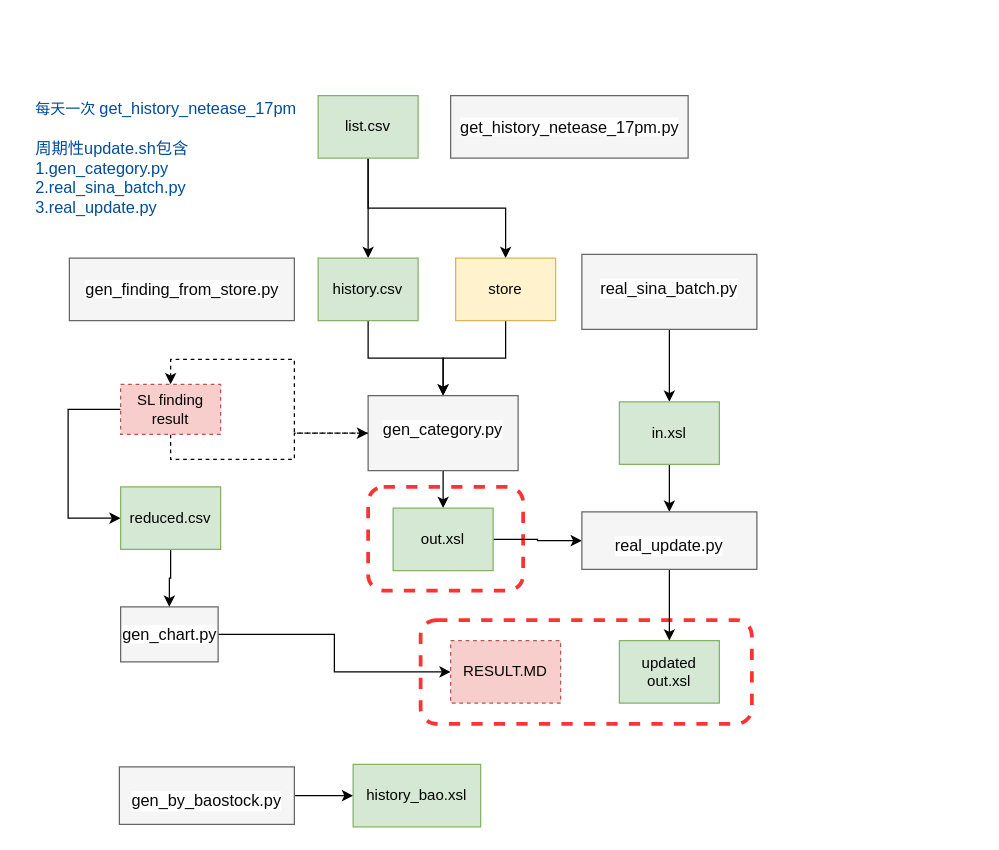
zbo/zboDoMess keeps this draw.io diagram as page "架构" (1 of 2) of arch.drawio. Above is the earlier version. Source tidied: cells renumbered, new cells numbered last; positions are measured from the earlier drawing's top-left corner, leaving out a move shared by most shapes. Both pictures are drawn from the tidied source at 125%, with x=0, y=0 at pixel (21, 95).
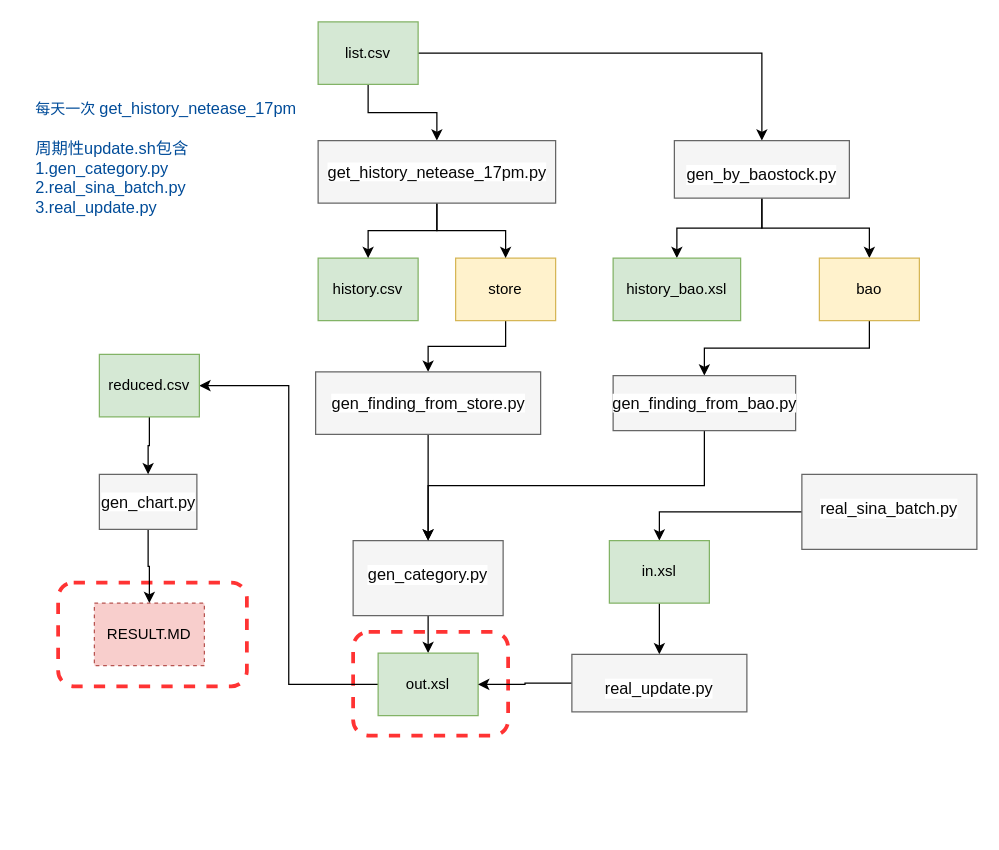
After the change.

The change refers to these unchanged cells:
```xml
<mxCell id="9" value="history.csv" style="rounded=0;whiteSpace=wrap;html=1;fillColor=#d5e8d4;strokeColor=#82b366;" parent="1" vertex="1">
  <mxGeometry x="237" y="130" width="80" height="50" as="geometry" />
</mxCell>
<mxCell id="11" value="store" style="rounded=0;whiteSpace=wrap;html=1;fillColor=#fff2cc;strokeColor=#d6b656;" parent="1" vertex="1">
  <mxGeometry x="347" y="130" width="80" height="50" as="geometry" />
</mxCell>
```

The edit, as a diff of the source:
```diff
@@
     <mxCell id="2" style="rounded=1;whiteSpace=wrap;html=1;dashed=1;strokeWidth=3;strokeColor=#FF3333;" parent="1" vertex="1">
-      <mxGeometry x="277" y="313" width="124" height="83" as="geometry" />
+      <mxGeometry x="265" y="429" width="124" height="83" as="geometry" />
     </mxCell>
     <mxCell id="3" style="rounded=1;whiteSpace=wrap;html=1;dashed=1;strokeWidth=3;strokeColor=#FF3333;" parent="1" vertex="1">
-      <mxGeometry x="319" y="419.5" width="265" height="83" as="geometry" />
+      <mxGeometry x="29" y="389.5" width="151" height="83" as="geometry" />
     </mxCell>
-    <mxCell id="4" style="edgeStyle=orthogonalEdgeStyle;rounded=0;jettySize=auto;html=1;" parent="1" edge="1" source="6" target="9">
-      <mxGeometry relative="1" as="geometry" />
-    </mxCell>
-    <mxCell id="5" style="edgeStyle=orthogonalEdgeStyle;rounded=0;jettySize=auto;html=1;" parent="1" edge="1" source="6" target="11">
-      <mxGeometry relative="1" as="geometry">
-        <Array as="points">
-          <mxPoint x="277" y="90" />
-          <mxPoint x="387" y="90" />
-        </Array>
-      </mxGeometry>
-    </mxCell>
+    <mxCell id="39" style="edgeStyle=orthogonalEdgeStyle;rounded=0;jettySize=auto;html=1;" parent="1" edge="1" source="6" target="22">
+      <mxGeometry relative="1" as="geometry" />
+    </mxCell>
+    <mxCell id="40" style="edgeStyle=orthogonalEdgeStyle;rounded=0;jettySize=auto;html=1;exitX=1;exitY=0.5;exitDx=0;exitDy=0;entryX=0.5;entryY=0;entryDx=0;entryDy=0;" parent="1" edge="1" source="6" target="37">
+      <mxGeometry relative="1" as="geometry" />
+    </mxCell>
     <mxCell id="6" value="list.csv" style="rounded=0;whiteSpace=wrap;html=1;fillColor=#d5e8d4;strokeColor=#82b366;" parent="1" vertex="1">
-      <mxGeometry x="237" width="80" height="50" as="geometry" />
+      <mxGeometry x="237" y="-59" width="80" height="50" as="geometry" />
     </mxCell>
@@
-    <mxCell id="8" style="edgeStyle=orthogonalEdgeStyle;rounded=0;jettySize=auto;html=1;" parent="1" edge="1" source="9" target="15">
-      <mxGeometry relative="1" as="geometry" />
-    </mxCell>
@@
-    <mxCell id="10" style="edgeStyle=orthogonalEdgeStyle;rounded=0;jettySize=auto;html=1;" parent="1" edge="1" source="11" target="15">
-      <mxGeometry relative="1" as="geometry" />
-    </mxCell>
+    <mxCell id="41" style="edgeStyle=orthogonalEdgeStyle;rounded=0;jettySize=auto;html=1;exitX=0.5;exitY=1;exitDx=0;exitDy=0;" parent="1" edge="1" source="11" target="19">
+      <mxGeometry relative="1" as="geometry" />
+    </mxCell>
@@
-    <mxCell id="13" style="edgeStyle=orthogonalEdgeStyle;rounded=0;jettySize=auto;html=1;entryX=0.5;entryY=0;entryDx=0;entryDy=0;dashed=1;" parent="1" edge="1" source="15" target="18">
-      <mxGeometry relative="1" as="geometry" />
-    </mxCell>
@@
     <mxCell id="15" value="&lt;pre style=&quot;background-color: #ffffff ; color: #080808 ; font-family: &amp;quot;.applesystemuifont&amp;quot; ; font-size: 9.8pt&quot;&gt;gen_category.py&lt;/pre&gt;" style="text;whiteSpace=wrap;html=1;fillColor=#f5f5f5;strokeColor=#666666;fontColor=#333333;align=center;" parent="1" vertex="1">
-      <mxGeometry x="277" y="240" width="120" height="60" as="geometry" />
+      <mxGeometry x="265" y="356" width="120" height="60" as="geometry" />
     </mxCell>
-    <mxCell id="16" style="edgeStyle=orthogonalEdgeStyle;rounded=0;jettySize=auto;html=1;exitX=0.5;exitY=1;exitDx=0;exitDy=0;dashed=1;" parent="1" edge="1" source="18" target="15">
-      <mxGeometry relative="1" as="geometry" />
-    </mxCell>
-    <mxCell id="17" style="edgeStyle=orthogonalEdgeStyle;rounded=0;jettySize=auto;html=1;entryX=0;entryY=0.5;entryDx=0;entryDy=0;" parent="1" edge="1" source="18" target="35">
-      <mxGeometry relative="1" as="geometry">
-        <Array as="points">
-          <mxPoint x="37" y="251" />
-          <mxPoint x="37" y="338" />
-        </Array>
-      </mxGeometry>
-    </mxCell>
-    <mxCell id="18" value="SL finding result" style="rounded=0;whiteSpace=wrap;html=1;dashed=1;fillColor=#f8cecc;strokeColor=#b85450;" parent="1" vertex="1">
-      <mxGeometry x="79" y="231" width="80" height="40" as="geometry" />
-    </mxCell>
+    <mxCell id="42" style="edgeStyle=orthogonalEdgeStyle;rounded=0;jettySize=auto;html=1;entryX=0.5;entryY=0;entryDx=0;entryDy=0;" parent="1" edge="1" source="19" target="15">
+      <mxGeometry relative="1" as="geometry" />
+    </mxCell>
     <mxCell id="19" value="&lt;pre style=&quot;background-color: #ffffff ; color: #080808 ; font-family: &amp;#34;.applesystemuifont&amp;#34; ; font-size: 9.8pt&quot;&gt;gen_finding_from_store.py&lt;/pre&gt;" style="text;html=1;align=center;verticalAlign=middle;points=[];strokeColor=#666666;fillColor=#f5f5f5;fontColor=#333333;" parent="1" vertex="1">
-      <mxGeometry x="38" y="130" width="180" height="50" as="geometry" />
+      <mxGeometry x="235" y="221" width="180" height="50" as="geometry" />
     </mxCell>
-    <mxCell id="20" style="edgeStyle=orthogonalEdgeStyle;rounded=0;jettySize=auto;html=1;entryX=0;entryY=0.5;entryDx=0;entryDy=0;" parent="1" edge="1" source="21" target="28">
-      <mxGeometry relative="1" as="geometry" />
-    </mxCell>
+    <mxCell id="43" style="edgeStyle=orthogonalEdgeStyle;rounded=0;jettySize=auto;html=1;entryX=1;entryY=0.5;entryDx=0;entryDy=0;" parent="1" edge="1" source="21" target="35">
+      <mxGeometry relative="1" as="geometry" />
+    </mxCell>
     <mxCell id="21" value="out.xsl" style="rounded=0;whiteSpace=wrap;html=1;fillColor=#d5e8d4;strokeColor=#82b366;" parent="1" vertex="1">
-      <mxGeometry x="297" y="330" width="80" height="50" as="geometry" />
+      <mxGeometry x="285" y="446" width="80" height="50" as="geometry" />
     </mxCell>
+    <mxCell id="44" style="edgeStyle=orthogonalEdgeStyle;rounded=0;jettySize=auto;html=1;entryX=0.5;entryY=0;entryDx=0;entryDy=0;" parent="1" edge="1" source="22" target="9">
+      <mxGeometry relative="1" as="geometry" />
+    </mxCell>
+    <mxCell id="45" style="edgeStyle=orthogonalEdgeStyle;rounded=0;jettySize=auto;html=1;entryX=0.5;entryY=0;entryDx=0;entryDy=0;" parent="1" edge="1" source="22" target="11">
+      <mxGeometry relative="1" as="geometry" />
+    </mxCell>
     <mxCell id="22" value="&lt;pre style=&quot;text-align: left ; background-color: rgb(255 , 255 , 255) ; color: rgb(8 , 8 , 8) ; font-family: &amp;#34;.applesystemuifont&amp;#34; ; font-size: 9.8pt&quot;&gt;get_history_netease_17pm.py&lt;/pre&gt;" style="text;html=1;align=center;verticalAlign=middle;points=[];strokeColor=#666666;fillColor=#f5f5f5;fontColor=#333333;" parent="1" vertex="1">
-      <mxGeometry x="343" width="190" height="50" as="geometry" />
+      <mxGeometry x="237" y="36" width="190" height="50" as="geometry" />
     </mxCell>
@@
     <mxCell id="24" value="&lt;pre style=&quot;background-color: #ffffff ; color: #080808 ; font-family: &amp;quot;.applesystemuifont&amp;quot; ; font-size: 9.8pt&quot;&gt;real_sina_batch.py&lt;/pre&gt;" style="text;whiteSpace=wrap;html=1;fillColor=#f5f5f5;strokeColor=#666666;fontColor=#333333;align=center;" parent="1" vertex="1">
-      <mxGeometry x="448" y="127" width="140" height="60" as="geometry" />
+      <mxGeometry x="624" y="303" width="140" height="60" as="geometry" />
     </mxCell>
@@
     <mxCell id="26" value="in.xsl" style="rounded=0;whiteSpace=wrap;html=1;fillColor=#d5e8d4;strokeColor=#82b366;" parent="1" vertex="1">
-      <mxGeometry x="478" y="245" width="80" height="50" as="geometry" />
+      <mxGeometry x="470" y="356" width="80" height="50" as="geometry" />
     </mxCell>
-    <mxCell id="27" style="edgeStyle=orthogonalEdgeStyle;rounded=0;jettySize=auto;html=1;entryX=0.5;entryY=0;entryDx=0;entryDy=0;" parent="1" edge="1" source="28" target="29">
-      <mxGeometry relative="1" as="geometry" />
-    </mxCell>
+    <mxCell id="46" style="edgeStyle=orthogonalEdgeStyle;rounded=0;jettySize=auto;html=1;exitX=0;exitY=0.5;exitDx=0;exitDy=0;entryX=1;entryY=0.5;entryDx=0;entryDy=0;" parent="1" edge="1" source="28" target="21">
+      <mxGeometry relative="1" as="geometry" />
+    </mxCell>
     <mxCell id="28" value="&lt;pre style=&quot;background-color: #ffffff ; color: #080808 ; font-family: &amp;#34;.applesystemuifont&amp;#34; ; font-size: 9.8pt&quot;&gt;real_update.py&lt;/pre&gt;" style="text;whiteSpace=wrap;html=1;fillColor=#f5f5f5;strokeColor=#666666;fontColor=#333333;align=center;" parent="1" vertex="1">
-      <mxGeometry x="448" y="333" width="140" height="46" as="geometry" />
+      <mxGeometry x="440" y="447" width="140" height="46" as="geometry" />
     </mxCell>
-    <mxCell id="29" value="updated&lt;br&gt;out.xsl" style="rounded=0;whiteSpace=wrap;html=1;fillColor=#d5e8d4;strokeColor=#82b366;" parent="1" vertex="1">
-      <mxGeometry x="478" y="436" width="80" height="50" as="geometry" />
-    </mxCell>
@@
     <mxCell id="31" value="RESULT.MD" style="rounded=0;whiteSpace=wrap;html=1;dashed=1;fillColor=#f8cecc;strokeColor=#b85450;" parent="1" vertex="1">
-      <mxGeometry x="343" y="436" width="88" height="50" as="geometry" />
+      <mxGeometry x="58" y="406" width="88" height="50" as="geometry" />
     </mxCell>
@@
     <mxCell id="33" value="&lt;pre style=&quot;background-color: #ffffff ; color: #080808 ; font-family: &amp;#34;.applesystemuifont&amp;#34; ; font-size: 9.8pt&quot;&gt;gen_chart.py&lt;/pre&gt;" style="text;html=1;align=center;verticalAlign=middle;points=[];strokeColor=#666666;fillColor=#f5f5f5;fontColor=#333333;" parent="1" vertex="1">
-      <mxGeometry x="79" y="409" width="78" height="44" as="geometry" />
+      <mxGeometry x="62" y="303" width="78" height="44" as="geometry" />
     </mxCell>
@@
     <mxCell id="35" value="reduced.csv" style="rounded=0;whiteSpace=wrap;html=1;fillColor=#d5e8d4;strokeColor=#82b366;" parent="1" vertex="1">
-      <mxGeometry x="79" y="313" width="80" height="50" as="geometry" />
+      <mxGeometry x="62" y="207" width="80" height="50" as="geometry" />
     </mxCell>
@@
+    <mxCell id="47" style="edgeStyle=orthogonalEdgeStyle;rounded=0;jettySize=auto;html=1;entryX=0.5;entryY=0;entryDx=0;entryDy=0;" parent="1" edge="1" source="37" target="49">
+      <mxGeometry relative="1" as="geometry" />
+    </mxCell>
     <mxCell id="37" value="&lt;pre style=&quot;background-color: #ffffff ; color: #080808 ; font-family: &amp;#34;.applesystemuifont&amp;#34; ; font-size: 9.8pt&quot;&gt;gen_by_baostock.py&lt;/pre&gt;" style="text;whiteSpace=wrap;html=1;fillColor=#f5f5f5;strokeColor=#666666;fontColor=#333333;align=center;" parent="1" vertex="1">
-      <mxGeometry x="78" y="537" width="140" height="46" as="geometry" />
+      <mxGeometry x="522" y="36" width="140" height="46" as="geometry" />
     </mxCell>
     <mxCell id="38" value="history_bao.xsl" style="rounded=0;whiteSpace=wrap;html=1;fillColor=#d5e8d4;strokeColor=#82b366;" parent="1" vertex="1">
-      <mxGeometry x="265" y="535" width="102" height="50" as="geometry" />
+      <mxGeometry x="473" y="130" width="102" height="50" as="geometry" />
     </mxCell>
+    <mxCell id="48" style="edgeStyle=orthogonalEdgeStyle;rounded=0;jettySize=auto;html=1;exitX=0.5;exitY=1;exitDx=0;exitDy=0;" parent="1" edge="1" source="49" target="51">
+      <mxGeometry relative="1" as="geometry" />
+    </mxCell>
+    <mxCell id="49" value="bao" style="rounded=0;whiteSpace=wrap;html=1;fillColor=#fff2cc;strokeColor=#d6b656;" parent="1" vertex="1">
+      <mxGeometry x="638" y="130" width="80" height="50" as="geometry" />
+    </mxCell>
+    <mxCell id="50" style="edgeStyle=orthogonalEdgeStyle;rounded=0;jettySize=auto;html=1;entryX=0.5;entryY=0;entryDx=0;entryDy=0;" parent="1" edge="1" source="51" target="15">
+      <mxGeometry relative="1" as="geometry">
+        <Array as="points">
+          <mxPoint x="546" y="312" />
+          <mxPoint x="325" y="312" />
+        </Array>
+      </mxGeometry>
+    </mxCell>
+    <mxCell id="51" value="&lt;pre style=&quot;background-color: #ffffff ; color: #080808 ; font-family: &amp;#34;.applesystemuifont&amp;#34; ; font-size: 9.8pt&quot;&gt;gen_finding_from_bao.py&lt;/pre&gt;" style="text;html=1;align=center;verticalAlign=middle;points=[];strokeColor=#666666;fillColor=#f5f5f5;fontColor=#333333;" parent="1" vertex="1">
+      <mxGeometry x="473" y="224" width="146" height="44" as="geometry" />
+    </mxCell>
```
